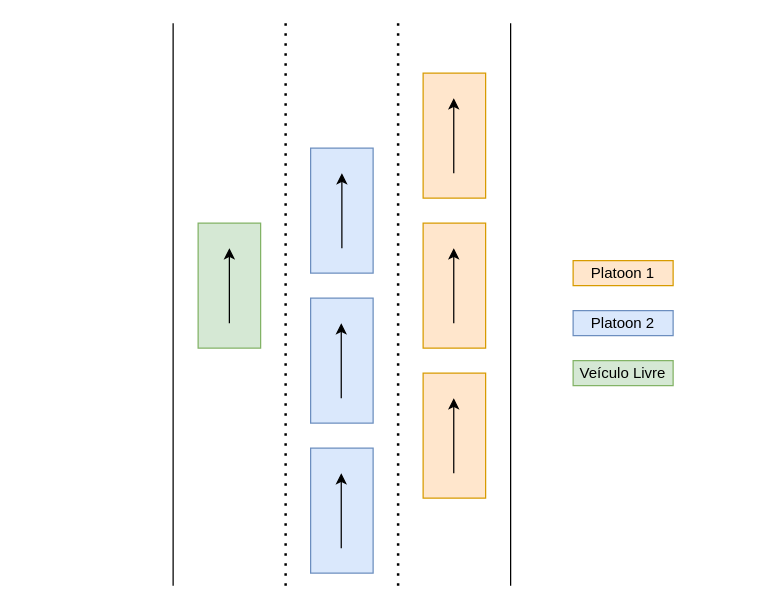
Before: Diagrams/MLP.drawio in BenjamimOliveira/LEI_UMinho, a draw.io diagram. Source tidied: cells renumbered, new cells numbered last; positions are measured from the earlier drawing's top-left corner, leaving out a move shared by most shapes. Both pictures are drawn from the tidied source at 125%, with x=0, y=0 at pixel (172, 22).
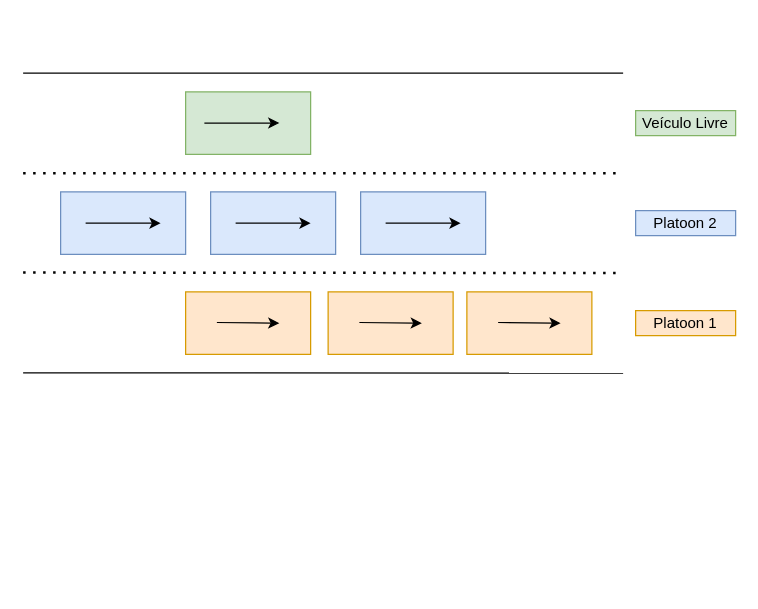
The same diagram, later.

Change to the diagram source:
```diff
@@
-    <mxCell id="2" style="rounded=0;whiteSpace=wrap;html=1;fillColor=#ffe6cc;strokeColor=#d79b00;" parent="1" vertex="1">
-      <mxGeometry x="200" y="40" width="50" height="100" as="geometry" />
-    </mxCell>
-    <mxCell id="3" style="rounded=0;whiteSpace=wrap;html=1;fillColor=#ffe6cc;strokeColor=#d79b00;" parent="1" vertex="1">
-      <mxGeometry x="200" y="160" width="50" height="100" as="geometry" />
-    </mxCell>
-    <mxCell id="4" style="rounded=0;whiteSpace=wrap;html=1;fillColor=#ffe6cc;strokeColor=#d79b00;" parent="1" vertex="1">
-      <mxGeometry x="200" y="280" width="50" height="100" as="geometry" />
-    </mxCell>
-    <mxCell id="5" style="rounded=0;whiteSpace=wrap;html=1;fillColor=#dae8fc;strokeColor=#6c8ebf;" parent="1" vertex="1">
-      <mxGeometry x="110" y="100" width="50" height="100" as="geometry" />
+    <mxCell id="5" style="rounded=0;whiteSpace=wrap;html=1;fillColor=#dae8fc;strokeColor=#6c8ebf;rotation=90;" parent="1" vertex="1">
+      <mxGeometry x="-65" y="110" width="50" height="100" as="geometry" />
     </mxCell>
-    <mxCell id="6" style="rounded=0;whiteSpace=wrap;html=1;fillColor=#dae8fc;strokeColor=#6c8ebf;" parent="1" vertex="1">
-      <mxGeometry x="110" y="220" width="50" height="100" as="geometry" />
-    </mxCell>
-    <mxCell id="7" style="rounded=0;whiteSpace=wrap;html=1;fillColor=#dae8fc;strokeColor=#6c8ebf;" parent="1" vertex="1">
-      <mxGeometry x="110" y="340" width="50" height="100" as="geometry" />
-    </mxCell>
     <mxCell id="8" style="endArrow=classic;html=1;" parent="1" edge="1">
       <mxGeometry relative="1" as="geometry">
-        <mxPoint x="135" y="180" as="sourcePoint" />
-        <mxPoint x="135" y="120" as="targetPoint" />
+        <mxPoint x="-70" y="160" as="sourcePoint" />
+        <mxPoint x="-10" y="160" as="targetPoint" />
+        <Array as="points">
+          <mxPoint x="-55" y="160" />
+        </Array>
       </mxGeometry>
     </mxCell>
-    <mxCell id="9" style="endArrow=classic;html=1;" parent="1" edge="1">
-      <mxGeometry relative="1" as="geometry">
-        <mxPoint x="134.5" y="300" as="sourcePoint" />
-        <mxPoint x="134.5" y="240" as="targetPoint" />
-      </mxGeometry>
-    </mxCell>
-    <mxCell id="10" style="endArrow=classic;html=1;" parent="1" edge="1">
-      <mxGeometry relative="1" as="geometry">
-        <mxPoint x="134.5" y="420" as="sourcePoint" />
-        <mxPoint x="134.5" y="360" as="targetPoint" />
-      </mxGeometry>
-    </mxCell>
-    <mxCell id="11" style="endArrow=classic;html=1;" parent="1" edge="1">
-      <mxGeometry relative="1" as="geometry">
-        <mxPoint x="224.5" y="120" as="sourcePoint" />
-        <mxPoint x="224.5" y="60" as="targetPoint" />
-      </mxGeometry>
-    </mxCell>
-    <mxCell id="12" style="endArrow=classic;html=1;" parent="1" edge="1">
-      <mxGeometry relative="1" as="geometry">
-        <mxPoint x="224.5" y="240" as="sourcePoint" />
-        <mxPoint x="224.5" y="180" as="targetPoint" />
-      </mxGeometry>
-    </mxCell>
-    <mxCell id="13" style="endArrow=classic;html=1;" parent="1" edge="1">
-      <mxGeometry relative="1" as="geometry">
-        <mxPoint x="224.5" y="360" as="sourcePoint" />
-        <mxPoint x="224.5" y="300" as="targetPoint" />
-      </mxGeometry>
-    </mxCell>
-    <mxCell id="14" style="rounded=0;whiteSpace=wrap;html=1;fillColor=#d5e8d4;strokeColor=#82b366;" parent="1" vertex="1">
-      <mxGeometry x="20" y="160" width="50" height="100" as="geometry" />
+    <mxCell id="14" style="rounded=0;whiteSpace=wrap;html=1;fillColor=#d5e8d4;strokeColor=#82b366;rotation=-90;" parent="1" vertex="1">
+      <mxGeometry x="35" y="30" width="50" height="100" as="geometry" />
     </mxCell>
-    <mxCell id="15" style="endArrow=classic;html=1;" parent="1" edge="1">
-      <mxGeometry relative="1" as="geometry">
-        <mxPoint x="45" y="240" as="sourcePoint" />
-        <mxPoint x="45" y="180" as="targetPoint" />
-      </mxGeometry>
-    </mxCell>
     <mxCell id="16" value="Platoon 1" style="text;html=1;strokeColor=#d79b00;fillColor=#ffe6cc;align=center;verticalAlign=middle;whiteSpace=wrap;rounded=0;" parent="1" vertex="1">
-      <mxGeometry x="320" y="190" width="80" height="20" as="geometry" />
+      <mxGeometry x="370" y="230" width="80" height="20" as="geometry" />
     </mxCell>
     <mxCell id="17" value="Platoon 2" style="text;html=1;strokeColor=#6c8ebf;fillColor=#dae8fc;align=center;verticalAlign=middle;whiteSpace=wrap;rounded=0;" parent="1" vertex="1">
-      <mxGeometry x="320" y="230" width="80" height="20" as="geometry" />
+      <mxGeometry x="370" y="150" width="80" height="20" as="geometry" />
     </mxCell>
     <mxCell id="18" value="Veículo Livre" style="text;html=1;strokeColor=#82b366;fillColor=#d5e8d4;align=center;verticalAlign=middle;whiteSpace=wrap;rounded=0;" parent="1" vertex="1">
-      <mxGeometry x="320" y="270" width="80" height="20" as="geometry" />
+      <mxGeometry x="370" y="70" width="80" height="20" as="geometry" />
     </mxCell>
     <mxCell id="19" style="endArrow=none;dashed=1;html=1;dashPattern=1 3;strokeWidth=2;" parent="1" edge="1">
       <mxGeometry relative="1" as="geometry">
-        <mxPoint x="90" y="450" as="sourcePoint" />
-        <mxPoint x="90" as="targetPoint" />
+        <mxPoint x="-120" y="120" as="sourcePoint" />
+        <mxPoint x="360" y="120" as="targetPoint" />
       </mxGeometry>
     </mxCell>
     <mxCell id="20" style="endArrow=none;dashed=1;html=1;dashPattern=1 3;strokeWidth=2;" parent="1" edge="1">
       <mxGeometry relative="1" as="geometry">
-        <mxPoint x="180" y="450" as="sourcePoint" />
-        <mxPoint x="180" as="targetPoint" />
+        <mxPoint x="-120" y="199.5" as="sourcePoint" />
+        <mxPoint x="360" y="200" as="targetPoint" />
       </mxGeometry>
     </mxCell>
     <mxCell id="21" style="endArrow=none;html=1;" parent="1" edge="1">
       <mxGeometry relative="1" as="geometry">
-        <mxPoint y="450" as="sourcePoint" />
-        <mxPoint as="targetPoint" />
+        <mxPoint x="-120" y="40" as="sourcePoint" />
+        <mxPoint x="360" y="40" as="targetPoint" />
       </mxGeometry>
     </mxCell>
     <mxCell id="22" style="endArrow=none;html=1;" parent="1" edge="1">
       <mxGeometry relative="1" as="geometry">
-        <mxPoint x="270" y="450" as="sourcePoint" />
-        <mxPoint x="270" as="targetPoint" />
+        <mxPoint x="-120" y="279.7" as="sourcePoint" />
+        <mxPoint x="360" y="280" as="targetPoint" />
       </mxGeometry>
     </mxCell>
+    <mxCell id="23" style="endArrow=classic;html=1;" parent="1" edge="1">
+      <mxGeometry relative="1" as="geometry">
+        <mxPoint x="25" y="79.9" as="sourcePoint" />
+        <mxPoint x="85" y="79.9" as="targetPoint" />
+        <Array as="points">
+          <mxPoint x="40" y="79.9" />
+        </Array>
+      </mxGeometry>
+    </mxCell>
+    <mxCell id="24" style="rounded=0;whiteSpace=wrap;html=1;fillColor=#dae8fc;strokeColor=#6c8ebf;rotation=90;" parent="1" vertex="1">
+      <mxGeometry x="55" y="110" width="50" height="100" as="geometry" />
+    </mxCell>
+    <mxCell id="25" style="endArrow=classic;html=1;" parent="1" edge="1">
+      <mxGeometry relative="1" as="geometry">
+        <mxPoint x="50" y="160" as="sourcePoint" />
+        <mxPoint x="110" y="160" as="targetPoint" />
+        <Array as="points">
+          <mxPoint x="65" y="160" />
+        </Array>
+      </mxGeometry>
+    </mxCell>
+    <mxCell id="26" style="rounded=0;whiteSpace=wrap;html=1;fillColor=#dae8fc;strokeColor=#6c8ebf;rotation=90;" parent="1" vertex="1">
+      <mxGeometry x="175" y="110" width="50" height="100" as="geometry" />
+    </mxCell>
+    <mxCell id="27" style="endArrow=classic;html=1;" parent="1" edge="1">
+      <mxGeometry relative="1" as="geometry">
+        <mxPoint x="170" y="160" as="sourcePoint" />
+        <mxPoint x="230" y="160" as="targetPoint" />
+        <Array as="points">
+          <mxPoint x="185" y="160" />
+        </Array>
+      </mxGeometry>
+    </mxCell>
+    <mxCell id="28" style="rounded=0;whiteSpace=wrap;html=1;fillColor=#ffe6cc;strokeColor=#d79b00;rotation=90;" parent="1" vertex="1">
+      <mxGeometry x="35" y="190" width="50" height="100" as="geometry" />
+    </mxCell>
+    <mxCell id="29" style="endArrow=classic;html=1;" parent="1" edge="1">
+      <mxGeometry relative="1" as="geometry">
+        <mxPoint x="35" y="239.5" as="sourcePoint" />
+        <mxPoint x="85" y="240" as="targetPoint" />
+      </mxGeometry>
+    </mxCell>
+    <mxCell id="30" style="rounded=0;whiteSpace=wrap;html=1;fillColor=#ffe6cc;strokeColor=#d79b00;rotation=90;" parent="1" vertex="1">
+      <mxGeometry x="149" y="190" width="50" height="100" as="geometry" />
+    </mxCell>
+    <mxCell id="31" style="endArrow=classic;html=1;" parent="1" edge="1">
+      <mxGeometry relative="1" as="geometry">
+        <mxPoint x="149" y="239.5" as="sourcePoint" />
+        <mxPoint x="199" y="240" as="targetPoint" />
+      </mxGeometry>
+    </mxCell>
+    <mxCell id="32" style="rounded=0;whiteSpace=wrap;html=1;fillColor=#ffe6cc;strokeColor=#d79b00;rotation=90;" parent="1" vertex="1">
+      <mxGeometry x="260" y="190" width="50" height="100" as="geometry" />
+    </mxCell>
+    <mxCell id="33" style="endArrow=classic;html=1;" parent="1" edge="1">
+      <mxGeometry relative="1" as="geometry">
+        <mxPoint x="260" y="239.5" as="sourcePoint" />
+        <mxPoint x="310" y="240" as="targetPoint" />
+      </mxGeometry>
+    </mxCell>
```
